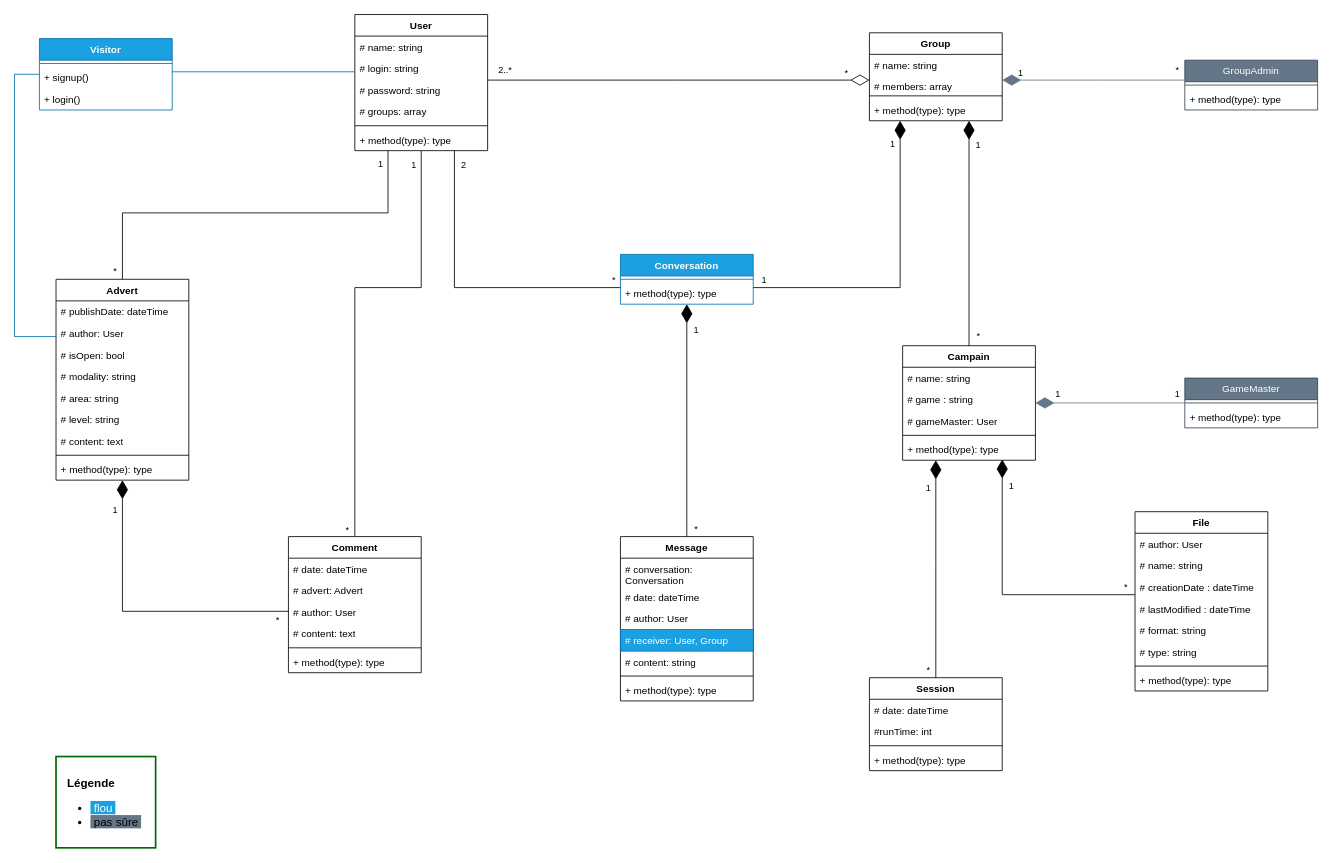
Earlier version of the draw.io diagram page "UML" (3 of 4) of Documentation/Diagrames.drawio (ThreeLeggedDuckling/I3WAD_SymfonyProject). Source tidied: cells renumbered, new cells numbered last; positions are measured from the earlier drawing's top-left corner, leaving out a move shared by most shapes. Both pictures are drawn from the tidied source at 83%, with x=0, y=0 at pixel (14, 14).
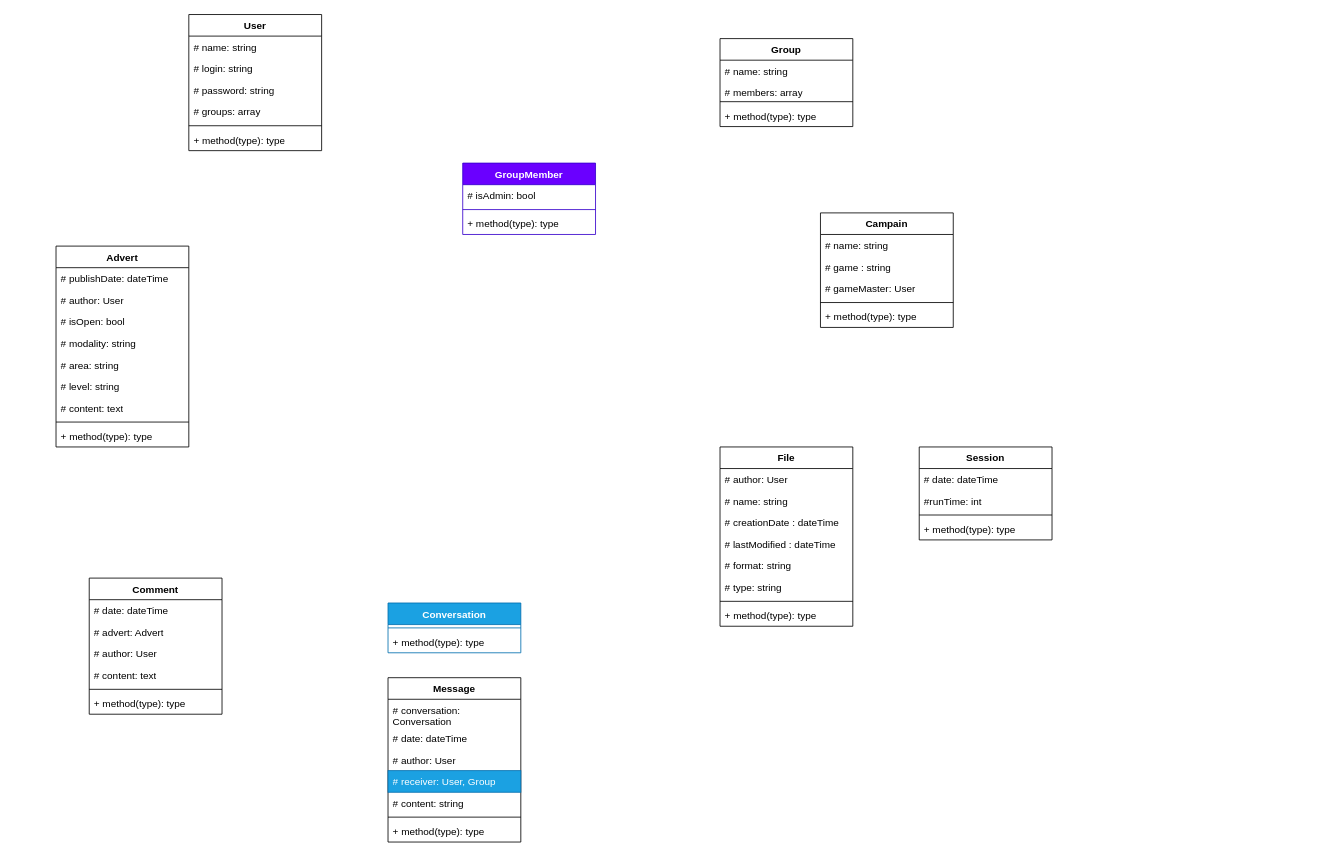
The same page after the edit.

Diff of the diagram source:
```diff
@@
     <mxCell id="2" value="User" style="swimlane;fontStyle=1;align=center;verticalAlign=top;horizontal=1;startSize=26;whiteSpace=wrap;html=1;" parent="1" vertex="1">
-      <mxGeometry x="410" width="160" height="164" as="geometry" />
+      <mxGeometry x="210" width="160" height="164" as="geometry" />
     </mxCell>
@@
-    <mxCell id="9" value="Visitor" style="swimlane;fontStyle=1;align=center;verticalAlign=top;horizontal=1;startSize=26;whiteSpace=wrap;html=1;fillColor=#1ba1e2;strokeColor=#006EAF;fontColor=#ffffff;" parent="1" vertex="1">
-      <mxGeometry x="30" y="29" width="160" height="86" as="geometry" />
-    </mxCell>
-    <mxCell id="10" style="line;strokeWidth=1;fillColor=none;align=left;verticalAlign=middle;spacingTop=-1;spacingLeft=3;spacingRight=3;labelPosition=right;strokeColor=inherit;" parent="9" vertex="1">
-      <mxGeometry y="26" width="160" height="8" as="geometry" />
-    </mxCell>
-    <mxCell id="11" value="+ signup()" style="text;strokeColor=none;fillColor=none;align=left;verticalAlign=top;spacingLeft=4;spacingRight=4;overflow=hidden;whiteSpace=wrap;html=1;" parent="9" vertex="1">
-      <mxGeometry y="34" width="160" height="26" as="geometry" />
-    </mxCell>
-    <mxCell id="12" value="+ login()" style="text;strokeColor=none;fillColor=none;align=left;verticalAlign=top;spacingLeft=4;spacingRight=4;overflow=hidden;whiteSpace=wrap;html=1;" parent="9" vertex="1">
-      <mxGeometry y="60" width="160" height="26" as="geometry" />
-    </mxCell>
     <mxCell id="13" value="Group" style="swimlane;fontStyle=1;align=center;verticalAlign=top;horizontal=1;startSize=26;whiteSpace=wrap;html=1;" parent="1" vertex="1">
-      <mxGeometry x="1030" y="22" width="160" height="106" as="geometry" />
+      <mxGeometry x="850" y="29" width="160" height="106" as="geometry" />
     </mxCell>
@@
     <mxCell id="18" value="Campain" style="swimlane;fontStyle=1;align=center;verticalAlign=top;horizontal=1;startSize=26;whiteSpace=wrap;html=1;" parent="1" vertex="1">
-      <mxGeometry x="1070" y="399" width="160" height="138" as="geometry" />
+      <mxGeometry x="971" y="239" width="160" height="138" as="geometry" />
     </mxCell>
@@
     <mxCell id="24" value="Conversation" style="swimlane;fontStyle=1;align=center;verticalAlign=top;horizontal=1;startSize=26;whiteSpace=wrap;html=1;fillColor=#1ba1e2;fontColor=#ffffff;strokeColor=#006EAF;" parent="1" vertex="1">
-      <mxGeometry x="730" y="289" width="160" height="60" as="geometry" />
+      <mxGeometry x="450" y="709" width="160" height="60" as="geometry" />
     </mxCell>
@@
     <mxCell id="27" value="Session" style="swimlane;fontStyle=1;align=center;verticalAlign=top;horizontal=1;startSize=26;whiteSpace=wrap;html=1;" parent="1" vertex="1">
-      <mxGeometry x="1030" y="799" width="160" height="112" as="geometry" />
+      <mxGeometry x="1090" y="521" width="160" height="112" as="geometry" />
     </mxCell>
@@
     <mxCell id="32" value="File" style="swimlane;fontStyle=1;align=center;verticalAlign=top;horizontal=1;startSize=26;whiteSpace=wrap;html=1;" parent="1" vertex="1">
-      <mxGeometry x="1350" y="599" width="160" height="216" as="geometry" />
+      <mxGeometry x="850" y="521" width="160" height="216" as="geometry" />
     </mxCell>
@@
     <mxCell id="41" value="Advert" style="swimlane;fontStyle=1;align=center;verticalAlign=top;horizontal=1;startSize=26;whiteSpace=wrap;html=1;" parent="1" vertex="1">
-      <mxGeometry x="50" y="319" width="160" height="242" as="geometry" />
+      <mxGeometry x="50" y="279" width="160" height="242" as="geometry" />
     </mxCell>
@@
-    <mxCell id="51" value="GroupAdmin" style="swimlane;fontStyle=0;horizontal=1;startSize=26;fillColor=#647687;whiteSpace=wrap;html=1;fontColor=#ffffff;strokeColor=#314354;" parent="1" vertex="1">
-      <mxGeometry x="1410" y="55" width="160" height="60" as="geometry" />
-    </mxCell>
-    <mxCell id="52" style="line;strokeWidth=1;fillColor=none;align=left;verticalAlign=middle;spacingTop=-1;spacingLeft=3;spacingRight=3;labelPosition=right;strokeColor=inherit;" parent="51" vertex="1">
-      <mxGeometry y="26" width="160" height="8" as="geometry" />
-    </mxCell>
-    <mxCell id="53" value="+ method(type): type" style="text;strokeColor=none;fillColor=none;align=left;verticalAlign=top;spacingLeft=4;spacingRight=4;overflow=hidden;whiteSpace=wrap;html=1;" parent="51" vertex="1">
-      <mxGeometry y="34" width="160" height="26" as="geometry" />
-    </mxCell>
-    <mxCell id="54" value="GameMaster" style="swimlane;fontStyle=0;horizontal=1;startSize=26;fillColor=#647687;whiteSpace=wrap;html=1;fontColor=#ffffff;strokeColor=#314354;" parent="1" vertex="1">
-      <mxGeometry x="1410" y="438" width="160" height="60" as="geometry" />
-    </mxCell>
-    <mxCell id="55" style="line;strokeWidth=1;fillColor=none;align=left;verticalAlign=middle;spacingTop=-1;spacingLeft=3;spacingRight=3;labelPosition=right;strokeColor=inherit;" parent="54" vertex="1">
-      <mxGeometry y="26" width="160" height="8" as="geometry" />
-    </mxCell>
-    <mxCell id="56" value="+ method(type): type" style="text;strokeColor=none;fillColor=none;align=left;verticalAlign=top;spacingLeft=4;spacingRight=4;overflow=hidden;whiteSpace=wrap;html=1;" parent="54" vertex="1">
-      <mxGeometry y="34" width="160" height="26" as="geometry" />
-    </mxCell>
     <mxCell id="57" value="Message" style="swimlane;fontStyle=1;align=center;verticalAlign=top;horizontal=1;startSize=26;whiteSpace=wrap;html=1;" parent="1" vertex="1">
-      <mxGeometry x="730" y="629" width="160" height="198" as="geometry" />
+      <mxGeometry x="450" y="799" width="160" height="198" as="geometry" />
     </mxCell>
@@
     <mxCell id="65" value="Comment" style="swimlane;fontStyle=1;align=center;verticalAlign=top;horizontal=1;startSize=26;whiteSpace=wrap;html=1;" parent="1" vertex="1">
-      <mxGeometry x="330" y="629" width="160" height="164" as="geometry" />
+      <mxGeometry x="90" y="679" width="160" height="164" as="geometry" />
     </mxCell>
@@
-    <mxCell id="72" style="endArrow=none;html=1;rounded=0;edgeStyle=orthogonalEdgeStyle;fillColor=#1ba1e2;strokeColor=#006EAF;" parent="1" edge="1" source="9" target="2">
-      <mxGeometry relative="1" as="geometry">
-        <Array as="points">
-          <mxPoint x="290" y="69" />
-          <mxPoint x="290" y="69" />
-        </Array>
-      </mxGeometry>
-    </mxCell>
-    <mxCell id="73" style="endArrow=none;html=1;rounded=0;edgeStyle=orthogonalEdgeStyle;fillColor=#1ba1e2;strokeColor=#006EAF;" parent="1" edge="1" source="9" target="41">
-      <mxGeometry relative="1" as="geometry">
-        <Array as="points">
-          <mxPoint y="72" />
-          <mxPoint y="388" />
-        </Array>
-      </mxGeometry>
-    </mxCell>
-    <mxCell id="74" style="endArrow=none;html=1;rounded=0;edgeStyle=orthogonalEdgeStyle;startArrow=diamondThin;startFill=1;startSize=20;" parent="1" edge="1" source="41" target="65">
-      <mxGeometry relative="1" as="geometry">
-        <Array as="points">
-          <mxPoint x="130" y="719" />
-        </Array>
-      </mxGeometry>
-    </mxCell>
-    <mxCell id="75" value="1" style="edgeLabel;html=1;align=center;verticalAlign=middle;" parent="74" vertex="1">
-      <mxGeometry x="-0.68" y="-1" relative="1" as="geometry">
-        <mxPoint x="-9" y="-22" as="offset" />
-      </mxGeometry>
-    </mxCell>
-    <mxCell id="76" value="*" style="edgeLabel;html=1;align=center;verticalAlign=middle;" parent="74" vertex="1">
-      <mxGeometry x="0.34" y="1" relative="1" as="geometry">
-        <mxPoint x="104" y="11" as="offset" />
-      </mxGeometry>
-    </mxCell>
-    <mxCell id="77" style="endArrow=none;html=1;rounded=0;edgeStyle=orthogonalEdgeStyle;" parent="1" edge="1" source="65" target="2">
-      <mxGeometry relative="1" as="geometry">
-        <Array as="points">
-          <mxPoint x="410" y="329" />
-          <mxPoint x="490" y="329" />
-        </Array>
-      </mxGeometry>
-    </mxCell>
-    <mxCell id="78" value="*" style="edgeLabel;html=1;align=center;verticalAlign=middle;" parent="77" vertex="1">
-      <mxGeometry x="-0.54" y="-1" relative="1" as="geometry">
-        <mxPoint x="-11" y="116" as="offset" />
-      </mxGeometry>
-    </mxCell>
-    <mxCell id="79" value="1" style="edgeLabel;html=1;align=center;verticalAlign=middle;" parent="77" vertex="1">
-      <mxGeometry x="0.54" y="2" relative="1" as="geometry">
-        <mxPoint x="-8" y="-109" as="offset" />
-      </mxGeometry>
-    </mxCell>
-    <mxCell id="80" style="endArrow=none;html=1;rounded=0;edgeStyle=orthogonalEdgeStyle;startArrow=diamondThin;startFill=1;startSize=20;fillColor=#647687;strokeColor=#647687;" parent="1" edge="1" source="13" target="51">
-      <mxGeometry relative="1" as="geometry">
-        <Array as="points">
-          <mxPoint x="1310" y="79" />
-          <mxPoint x="1310" y="79" />
-        </Array>
-      </mxGeometry>
-    </mxCell>
-    <mxCell id="81" value="1" style="edgeLabel;html=1;align=center;verticalAlign=middle;" parent="80" vertex="1">
-      <mxGeometry x="-0.5" y="1" relative="1" as="geometry">
-        <mxPoint x="-34" y="-9" as="offset" />
-      </mxGeometry>
-    </mxCell>
-    <mxCell id="82" value="*" style="edgeLabel;html=1;align=center;verticalAlign=middle;" parent="80" vertex="1">
-      <mxGeometry x="0.51" y="3" relative="1" as="geometry">
-        <mxPoint x="44" y="-10" as="offset" />
-      </mxGeometry>
-    </mxCell>
-    <mxCell id="83" style="endArrow=none;html=1;rounded=0;edgeStyle=orthogonalEdgeStyle;startArrow=diamondThin;startFill=1;startSize=20;" parent="1" edge="1" source="13" target="18">
-      <mxGeometry relative="1" as="geometry">
-        <Array as="points">
-          <mxPoint x="1150" y="209" />
-          <mxPoint x="1150" y="209" />
-        </Array>
-      </mxGeometry>
-    </mxCell>
-    <mxCell id="84" value="1" style="edgeLabel;html=1;align=center;verticalAlign=middle;" parent="83" vertex="1">
-      <mxGeometry x="-0.52" y="-1" relative="1" as="geometry">
-        <mxPoint x="11" y="-37" as="offset" />
-      </mxGeometry>
-    </mxCell>
-    <mxCell id="85" value="*" style="edgeLabel;html=1;align=center;verticalAlign=middle;" parent="83" vertex="1">
-      <mxGeometry x="0.62" relative="1" as="geometry">
-        <mxPoint x="10" y="38" as="offset" />
-      </mxGeometry>
-    </mxCell>
-    <mxCell id="86" style="endArrow=none;html=1;rounded=0;edgeStyle=orthogonalEdgeStyle;startArrow=diamondThin;startFill=1;endSize=6;startSize=20;fillColor=#647687;strokeColor=#647687;" parent="1" edge="1" source="18" target="54">
-      <mxGeometry relative="1" as="geometry" />
-    </mxCell>
-    <mxCell id="87" value="1" style="edgeLabel;html=1;align=center;verticalAlign=middle;" parent="86" vertex="1">
-      <mxGeometry x="-0.46" y="2" relative="1" as="geometry">
-        <mxPoint x="-23" y="-10" as="offset" />
-      </mxGeometry>
-    </mxCell>
-    <mxCell id="88" value="1" style="edgeLabel;html=1;align=center;verticalAlign=middle;" parent="86" vertex="1">
-      <mxGeometry x="0.51" y="1" relative="1" as="geometry">
-        <mxPoint x="34" y="-11" as="offset" />
-      </mxGeometry>
-    </mxCell>
-    <mxCell id="89" style="endArrow=none;html=1;rounded=0;edgeStyle=orthogonalEdgeStyle;startArrow=diamondThin;startFill=1;startSize=20;" parent="1" edge="1" source="18" target="27">
-      <mxGeometry relative="1" as="geometry">
-        <Array as="points">
-          <mxPoint x="1110" y="659" />
-          <mxPoint x="1110" y="659" />
-        </Array>
-      </mxGeometry>
-    </mxCell>
-    <mxCell id="90" value="1" style="edgeLabel;html=1;align=center;verticalAlign=middle;" parent="89" vertex="1">
-      <mxGeometry x="-0.48" y="1" relative="1" as="geometry">
-        <mxPoint x="-11" y="-36" as="offset" />
-      </mxGeometry>
-    </mxCell>
-    <mxCell id="91" value="*" style="edgeLabel;html=1;align=center;verticalAlign=middle;" parent="89" vertex="1">
-      <mxGeometry x="0.49" y="1" relative="1" as="geometry">
-        <mxPoint x="-11" y="57" as="offset" />
-      </mxGeometry>
-    </mxCell>
-    <mxCell id="92" style="endArrow=none;html=1;rounded=0;edgeStyle=orthogonalEdgeStyle;startArrow=diamondThin;startFill=1;startSize=20;" parent="1" edge="1" target="32">
-      <mxGeometry relative="1" as="geometry">
-        <mxPoint x="1190" y="536" as="sourcePoint" />
-        <Array as="points">
-          <mxPoint x="1190" y="699" />
-        </Array>
-      </mxGeometry>
-    </mxCell>
-    <mxCell id="93" value="1" style="edgeLabel;html=1;align=center;verticalAlign=middle;" parent="92" vertex="1">
-      <mxGeometry x="-0.71" y="-2" relative="1" as="geometry">
-        <mxPoint x="12" y="-16" as="offset" />
-      </mxGeometry>
-    </mxCell>
-    <mxCell id="94" value="*" style="edgeLabel;html=1;align=center;verticalAlign=middle;" parent="92" vertex="1">
-      <mxGeometry x="0.79" relative="1" as="geometry">
-        <mxPoint x="22" y="-10" as="offset" />
-      </mxGeometry>
-    </mxCell>
-    <mxCell id="95" style="endArrow=none;html=1;rounded=0;edgeStyle=orthogonalEdgeStyle;startArrow=diamondThin;startFill=1;startSize=20;" parent="1" edge="1" source="24" target="57">
-      <mxGeometry relative="1" as="geometry" />
-    </mxCell>
-    <mxCell id="96" value="1" style="edgeLabel;html=1;align=center;verticalAlign=middle;" parent="95" vertex="1">
-      <mxGeometry x="-0.47" y="-1" relative="1" as="geometry">
-        <mxPoint x="11" y="-44" as="offset" />
-      </mxGeometry>
-    </mxCell>
-    <mxCell id="97" value="*" style="edgeLabel;html=1;align=center;verticalAlign=middle;" parent="95" vertex="1">
-      <mxGeometry x="-0.02" y="2" relative="1" as="geometry">
-        <mxPoint x="8" y="133" as="offset" />
-      </mxGeometry>
-    </mxCell>
-    <mxCell id="98" style="endArrow=none;html=1;rounded=0;edgeStyle=orthogonalEdgeStyle;" parent="1" edge="1" source="24" target="2">
-      <mxGeometry relative="1" as="geometry">
-        <Array as="points">
-          <mxPoint x="530" y="329" />
-        </Array>
-      </mxGeometry>
-    </mxCell>
-    <mxCell id="99" value="2" style="edgeLabel;html=1;align=center;verticalAlign=middle;" parent="98" vertex="1">
-      <mxGeometry x="0.4" relative="1" as="geometry">
-        <mxPoint x="10" y="-94" as="offset" />
-      </mxGeometry>
-    </mxCell>
-    <mxCell id="100" value="*" style="edgeLabel;html=1;align=center;verticalAlign=middle;" parent="98" vertex="1">
-      <mxGeometry x="-0.62" y="-1" relative="1" as="geometry">
-        <mxPoint x="60" y="-9" as="offset" />
-      </mxGeometry>
-    </mxCell>
-    <mxCell id="101" style="endArrow=diamondThin;html=1;rounded=0;edgeStyle=orthogonalEdgeStyle;startArrow=none;startFill=0;startSize=6;endFill=1;endSize=20;" parent="1" edge="1" source="24" target="13">
-      <mxGeometry relative="1" as="geometry">
-        <Array as="points">
-          <mxPoint x="1067" y="329" />
-        </Array>
-      </mxGeometry>
-    </mxCell>
-    <mxCell id="102" value="1" style="edgeLabel;html=1;align=center;verticalAlign=middle;" parent="101" vertex="1">
-      <mxGeometry x="-0.78" y="1" relative="1" as="geometry">
-        <mxPoint x="-30" y="-9" as="offset" />
-      </mxGeometry>
-    </mxCell>
-    <mxCell id="103" value="1" style="edgeLabel;html=1;align=center;verticalAlign=middle;" parent="101" vertex="1">
-      <mxGeometry x="0.74" y="-2" relative="1" as="geometry">
-        <mxPoint x="-12" y="-22" as="offset" />
-      </mxGeometry>
-    </mxCell>
-    <mxCell id="104" value="&lt;br&gt;&lt;div&gt;&lt;b style=&quot;font-size: 14px;&quot;&gt;&lt;font style=&quot;font-size: 14px;&quot;&gt;&amp;nbsp; &amp;nbsp;Légende&lt;/font&gt;&lt;/b&gt;&lt;div style=&quot;font-size: 14px;&quot;&gt;&lt;ul&gt;&lt;li&gt;&lt;font color=&quot;#ffffff&quot; style=&quot;font-size: 14px; background-color: rgb(27, 161, 226);&quot;&gt;&amp;nbsp;flou&amp;nbsp;&lt;/font&gt;&lt;/li&gt;&lt;li&gt;&lt;font style=&quot;font-size: 14px; background-color: rgb(100, 118, 135);&quot;&gt;&amp;nbsp;pas sûre&amp;nbsp;&lt;/font&gt;&lt;/li&gt;&lt;/ul&gt;&lt;/div&gt;&lt;/div&gt;" style="text;html=1;align=left;verticalAlign=middle;fillColor=default;strokeColor=#006600;strokeWidth=2;" parent="1" vertex="1">
-      <mxGeometry x="50" y="894" width="120" height="110" as="geometry" />
-    </mxCell>
-    <mxCell id="105" style="endArrow=none;html=1;rounded=0;edgeStyle=orthogonalEdgeStyle;" parent="1" edge="1" source="41" target="2">
-      <mxGeometry relative="1" as="geometry">
-        <Array as="points">
-          <mxPoint x="130" y="239" />
-          <mxPoint x="450" y="239" />
-        </Array>
-      </mxGeometry>
-    </mxCell>
-    <mxCell id="106" value="1" style="edgeLabel;html=1;align=center;verticalAlign=middle;" parent="105" vertex="1">
-      <mxGeometry x="0.88" relative="1" as="geometry">
-        <mxPoint x="-10" y="-13" as="offset" />
-      </mxGeometry>
-    </mxCell>
-    <mxCell id="107" value="*" style="edgeLabel;html=1;align=center;verticalAlign=middle;" parent="105" vertex="1">
-      <mxGeometry x="-0.75" relative="1" as="geometry">
-        <mxPoint x="-10" y="48" as="offset" />
-      </mxGeometry>
-    </mxCell>
-    <mxCell id="108" style="endArrow=diamondThin;html=1;rounded=0;edgeStyle=orthogonalEdgeStyle;startArrow=none;startFill=0;startSize=6;endFill=0;endSize=20;" parent="1" edge="1" source="2" target="13">
-      <mxGeometry relative="1" as="geometry">
-        <Array as="points">
-          <mxPoint x="800" y="79" />
-          <mxPoint x="800" y="79" />
-        </Array>
-      </mxGeometry>
-    </mxCell>
-    <mxCell id="109" value="*" style="edgeLabel;html=1;align=center;verticalAlign=middle;" parent="108" vertex="1">
-      <mxGeometry x="0.5" y="1" relative="1" as="geometry">
-        <mxPoint x="86" y="-9" as="offset" />
-      </mxGeometry>
-    </mxCell>
-    <mxCell id="110" value="2..*" style="edgeLabel;html=1;align=center;verticalAlign=middle;" parent="108" vertex="1">
-      <mxGeometry x="-0.48" y="2" relative="1" as="geometry">
-        <mxPoint x="-100" y="-11" as="offset" />
-      </mxGeometry>
-    </mxCell>
+    <mxCell id="111" value="GroupMember" style="swimlane;fontStyle=1;align=center;verticalAlign=top;horizontal=1;startSize=26;whiteSpace=wrap;html=1;fillColor=#6a00ff;fontColor=#ffffff;strokeColor=#3700CC;" parent="1" vertex="1">
+      <mxGeometry x="540" y="179" width="160" height="86" as="geometry" />
+    </mxCell>
+    <mxCell id="112" value="# isAdmin: bool" style="text;strokeColor=none;fillColor=none;align=left;verticalAlign=top;spacingLeft=4;spacingRight=4;overflow=hidden;whiteSpace=wrap;html=1;" parent="111" vertex="1">
+      <mxGeometry y="26" width="160" height="26" as="geometry" />
+    </mxCell>
+    <mxCell id="113" style="line;strokeWidth=1;fillColor=none;align=left;verticalAlign=middle;spacingTop=-1;spacingLeft=3;spacingRight=3;labelPosition=right;strokeColor=inherit;" parent="111" vertex="1">
+      <mxGeometry y="52" width="160" height="8" as="geometry" />
+    </mxCell>
+    <mxCell id="114" value="+ method(type): type" style="text;strokeColor=none;fillColor=none;align=left;verticalAlign=top;spacingLeft=4;spacingRight=4;overflow=hidden;whiteSpace=wrap;html=1;" parent="111" vertex="1">
+      <mxGeometry y="60" width="160" height="26" as="geometry" />
+    </mxCell>
```
